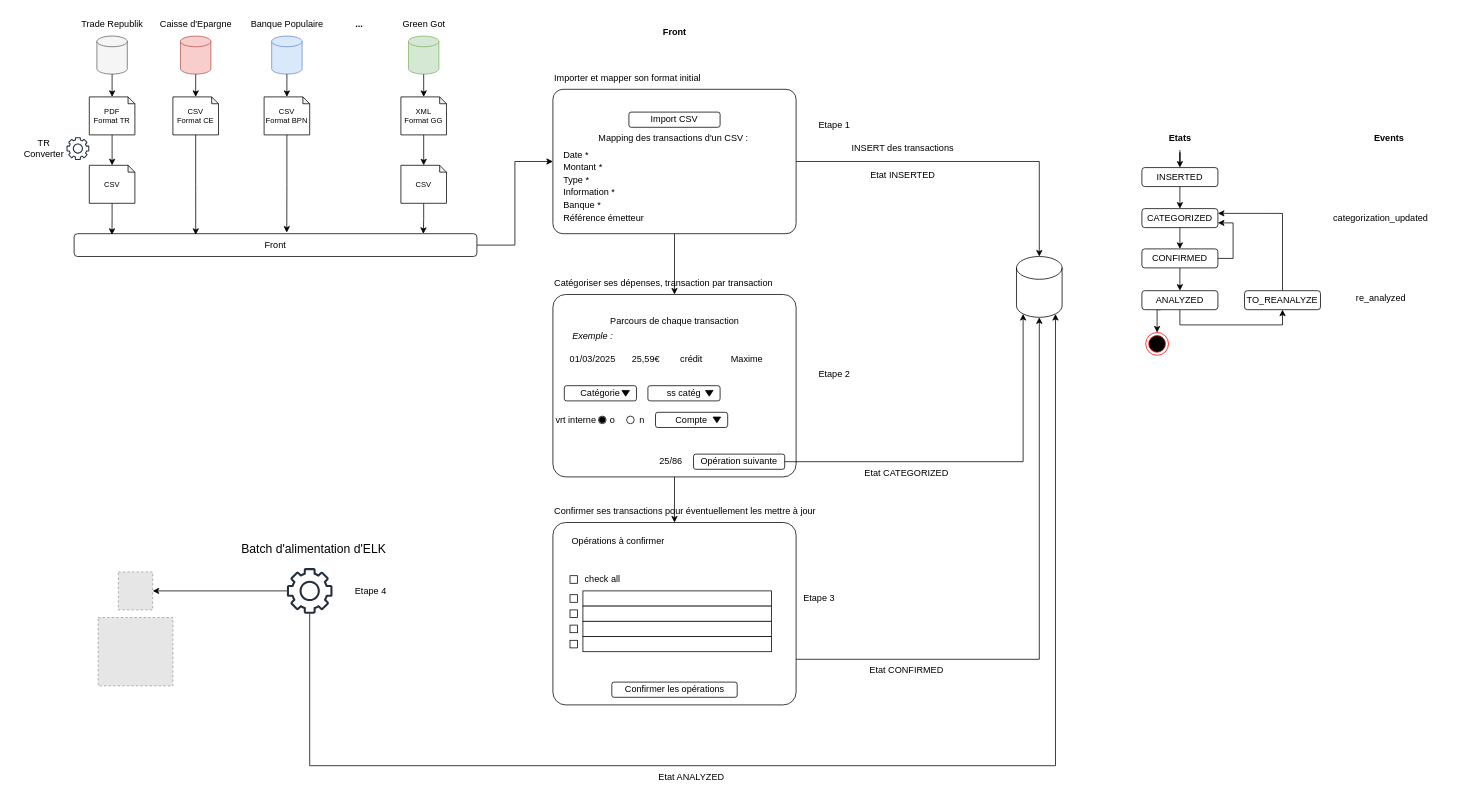
The draw.io diagram page "AccountMe" (4 of 4) of AccountMe.drawio in pauldhz/AccountMe, before the edit. Source tidied: cells renumbered, new cells numbered last; positions are measured from the earlier drawing's top-left corner, leaving out a move shared by most shapes. Both pictures are drawn from the tidied source at 76%, with x=0, y=0 at pixel (13, 13). Pictures stored in the file or linked from it are replaced by grey dashed boxes.
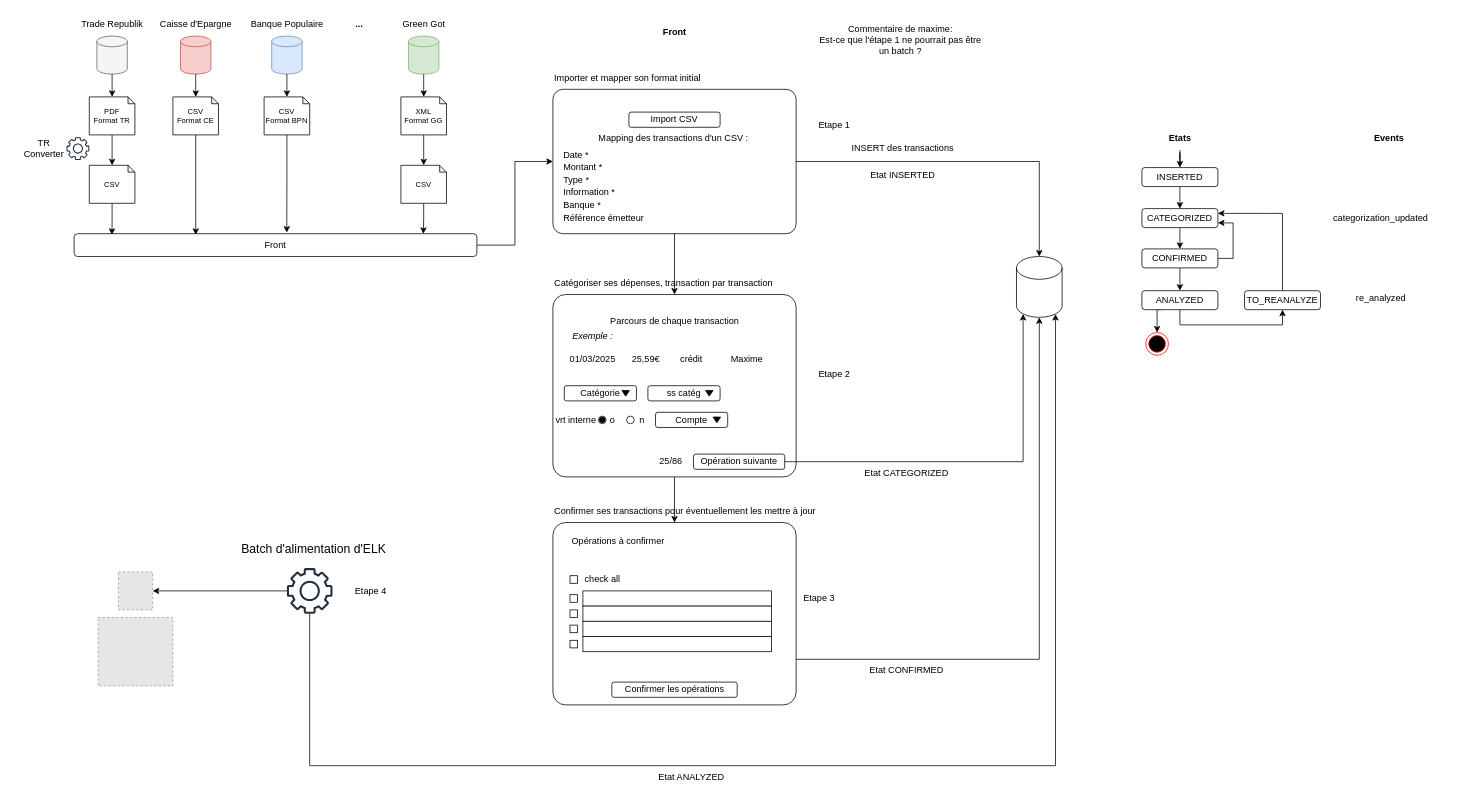
The same diagram, later.

Commit message:
Ajout commentaire

Diff of the diagram source:
```diff
@@
+    <mxCell id="118" value="Commentaire de maxime:&lt;br&gt;Est-ce que l'étape 1 ne pourrait pas être un batch ?" style="text;html=1;align=center;verticalAlign=middle;whiteSpace=wrap;rounded=0;" parent="1" vertex="1">
+      <mxGeometry x="1055" y="10" width="225" height="50" as="geometry" />
+    </mxCell>
```
